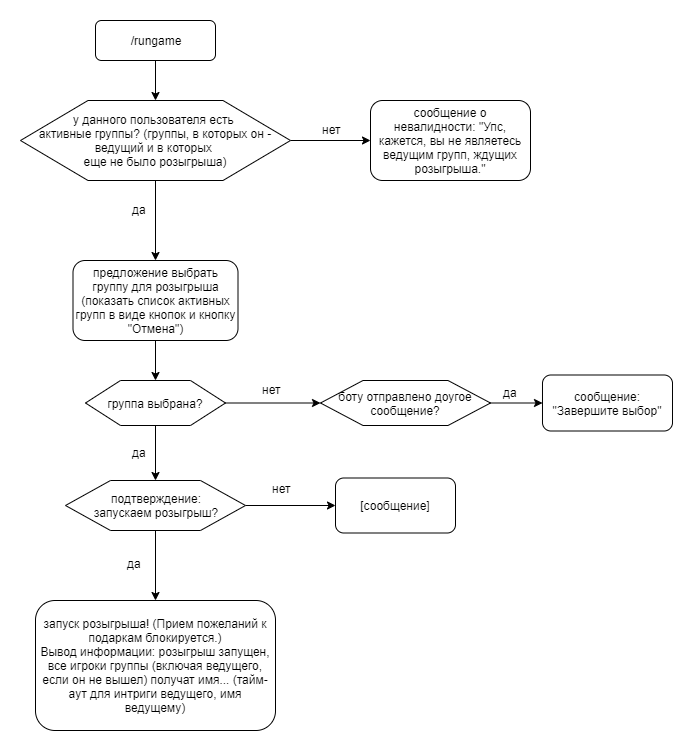
tavrora/smart_santa keeps this draw.io diagram as schemes/rungame.png. Above is the earlier version. Source tidied: cells renumbered, new cells last; positions are measured from the earlier drawing's top-left corner, leaving out a move shared by most shapes. The source it was exported from:
```xml
<mxGraphModel>
  <root>
    <mxCell id="0" />
    <mxCell id="1" parent="0" />
    <mxCell id="2" style="edgeStyle=orthogonalEdgeStyle;rounded=0;jettySize=auto;html=1;" parent="1" edge="1" source="3" target="6">
      <mxGeometry relative="1" as="geometry" />
    </mxCell>
    <mxCell id="3" value="/rungame" style="rounded=1;whiteSpace=wrap;html=1;" parent="1" vertex="1">
      <mxGeometry x="75" width="120" height="40" as="geometry" />
    </mxCell>
    <mxCell id="4" style="edgeStyle=orthogonalEdgeStyle;rounded=0;jettySize=auto;html=1;" parent="1" edge="1" source="6" target="9">
      <mxGeometry relative="1" as="geometry" />
    </mxCell>
    <mxCell id="5" style="edgeStyle=orthogonalEdgeStyle;rounded=0;jettySize=auto;html=1;" parent="1" edge="1" source="6" target="8">
      <mxGeometry relative="1" as="geometry" />
    </mxCell>
    <mxCell id="6" value="у данного пользователя есть &lt;br&gt;активные группы? (группы, в которых он - ведущий и в которых &lt;br&gt;еще не было розыгрыша)" style="shape=hexagon;perimeter=hexagonPerimeter2;whiteSpace=wrap;html=1;" parent="1" vertex="1">
      <mxGeometry y="80" width="270" height="80" as="geometry" />
    </mxCell>
    <mxCell id="7" style="edgeStyle=orthogonalEdgeStyle;rounded=0;jettySize=auto;html=1;entryX=0.5;entryY=0;entryDx=0;entryDy=0;" parent="1" edge="1" source="8" target="14">
      <mxGeometry relative="1" as="geometry" />
    </mxCell>
    <mxCell id="8" value="предложение выбрать группу для розыгрыша (показать список активных групп в виде кнопок и кнопку &quot;Отмена&quot;)" style="rounded=1;whiteSpace=wrap;html=1;" parent="1" vertex="1">
      <mxGeometry x="52.5" y="240" width="165" height="80" as="geometry" />
    </mxCell>
    <mxCell id="9" value="сообщение о невалидности: &quot;Упс, кажется, вы не являетесь ведущим групп, ждущих розыгрыша.&quot;" style="rounded=1;whiteSpace=wrap;html=1;" parent="1" vertex="1">
      <mxGeometry x="350" y="80" width="160" height="80" as="geometry" />
    </mxCell>
    <mxCell id="10" value="да" style="text;html=1;align=left;verticalAlign=top;spacingTop=-4;" parent="1" vertex="1">
      <mxGeometry x="110" y="180" width="30" height="20" as="geometry" />
    </mxCell>
    <mxCell id="11" value="нет" style="text;html=1;align=left;verticalAlign=top;spacingTop=-4;" parent="1" vertex="1">
      <mxGeometry x="300" y="100" width="30" height="20" as="geometry" />
    </mxCell>
    <mxCell id="12" style="edgeStyle=orthogonalEdgeStyle;rounded=0;jettySize=auto;html=1;entryX=0.5;entryY=0;entryDx=0;entryDy=0;" parent="1" edge="1" source="14" target="20">
      <mxGeometry relative="1" as="geometry" />
    </mxCell>
    <mxCell id="13" style="edgeStyle=orthogonalEdgeStyle;rounded=0;jettySize=auto;html=1;" parent="1" edge="1" source="14" target="26">
      <mxGeometry relative="1" as="geometry" />
    </mxCell>
    <mxCell id="14" value="группа выбрана?" style="shape=hexagon;perimeter=hexagonPerimeter2;whiteSpace=wrap;html=1;" parent="1" vertex="1">
      <mxGeometry x="65" y="360" width="140" height="45" as="geometry" />
    </mxCell>
    <mxCell id="15" value="сообщение: &quot;Завершите выбор&quot;" style="rounded=1;whiteSpace=wrap;html=1;" parent="1" vertex="1">
      <mxGeometry x="522" y="354.5" width="130" height="56" as="geometry" />
    </mxCell>
    <mxCell id="16" value="да" style="text;html=1;align=left;verticalAlign=top;spacingTop=-4;" parent="1" vertex="1">
      <mxGeometry x="110" y="422.5" width="30" height="20" as="geometry" />
    </mxCell>
    <mxCell id="17" value="нет" style="text;html=1;align=left;verticalAlign=top;spacingTop=-4;" parent="1" vertex="1">
      <mxGeometry x="240" y="360" width="30" height="20" as="geometry" />
    </mxCell>
    <mxCell id="18" style="edgeStyle=orthogonalEdgeStyle;rounded=0;jettySize=auto;html=1;" parent="1" edge="1" source="20" target="22">
      <mxGeometry relative="1" as="geometry" />
    </mxCell>
    <mxCell id="19" style="edgeStyle=orthogonalEdgeStyle;rounded=0;jettySize=auto;html=1;" parent="1" edge="1" source="20" target="21">
      <mxGeometry relative="1" as="geometry" />
    </mxCell>
    <mxCell id="20" value="подтверждение:&lt;br&gt;запускаем розыгрыш?" style="shape=hexagon;perimeter=hexagonPerimeter2;whiteSpace=wrap;html=1;" parent="1" vertex="1">
      <mxGeometry x="45" y="460" width="180" height="50" as="geometry" />
    </mxCell>
    <mxCell id="21" value="запуск розыгрыша! (Прием пожеланий к подаркам блокируется.)&lt;br&gt;Вывод информации: розыгрыш запущен, все игроки группы (включая ведущего, если он не вышел) получат имя... (тайм-аут для интриги ведущего, имя ведущему)" style="rounded=1;whiteSpace=wrap;html=1;" parent="1" vertex="1">
      <mxGeometry x="15" y="580" width="240" height="130" as="geometry" />
    </mxCell>
    <mxCell id="22" value="[сообщение]" style="rounded=1;whiteSpace=wrap;html=1;" parent="1" vertex="1">
      <mxGeometry x="315" y="457.5" width="120" height="55" as="geometry" />
    </mxCell>
    <mxCell id="23" value="да" style="text;html=1;align=left;verticalAlign=top;spacingTop=-4;" parent="1" vertex="1">
      <mxGeometry x="105" y="534" width="30" height="20" as="geometry" />
    </mxCell>
    <mxCell id="24" value="нет" style="text;html=1;align=left;verticalAlign=top;spacingTop=-4;" parent="1" vertex="1">
      <mxGeometry x="250" y="459" width="30" height="20" as="geometry" />
    </mxCell>
    <mxCell id="25" style="edgeStyle=orthogonalEdgeStyle;rounded=0;jettySize=auto;html=1;" parent="1" edge="1" source="26" target="15">
      <mxGeometry relative="1" as="geometry" />
    </mxCell>
    <mxCell id="26" value="боту отправлено доугое сообщение?" style="shape=hexagon;perimeter=hexagonPerimeter2;whiteSpace=wrap;html=1;" parent="1" vertex="1">
      <mxGeometry x="300" y="360" width="170" height="45" as="geometry" />
    </mxCell>
    <mxCell id="27" value="да" style="text;html=1;align=left;verticalAlign=top;spacingTop=-4;" parent="1" vertex="1">
      <mxGeometry x="481" y="362.5" width="30" height="20" as="geometry" />
    </mxCell>
  </root>
</mxGraphModel>
```
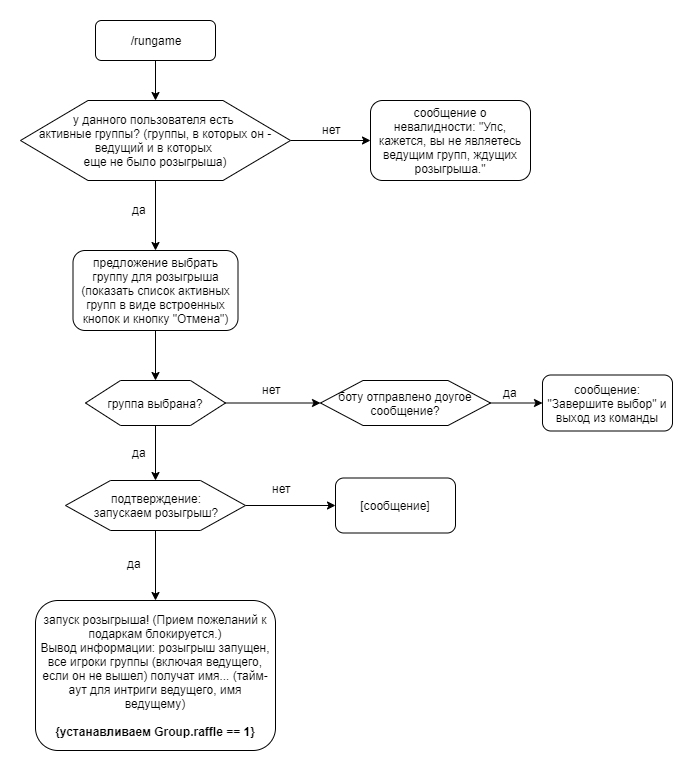
After the commit.

Commit message:
+ подключение БД, добавление в нее пользователей и групп

Diff of the diagram source:
```diff
@@ -20,8 +20,8 @@
     <mxCell id="7" style="edgeStyle=orthogonalEdgeStyle;rounded=0;jettySize=auto;html=1;entryX=0.5;entryY=0;entryDx=0;entryDy=0;" parent="1" edge="1" source="8" target="14">
       <mxGeometry relative="1" as="geometry" />
     </mxCell>
-    <mxCell id="8" value="предложение выбрать группу для розыгрыша (показать список активных групп в виде кнопок и кнопку &quot;Отмена&quot;)" style="rounded=1;whiteSpace=wrap;html=1;" parent="1" vertex="1">
-      <mxGeometry x="52.5" y="240" width="165" height="80" as="geometry" />
+    <mxCell id="8" value="предложение выбрать группу для розыгрыша (показать список активных групп в виде встроенных кнопок и кнопку &quot;Отмена&quot;)" style="rounded=1;whiteSpace=wrap;html=1;" parent="1" vertex="1">
+      <mxGeometry x="52.5" y="230" width="165" height="80" as="geometry" />
     </mxCell>
     <mxCell id="9" value="сообщение о невалидности: &quot;Упс, кажется, вы не являетесь ведущим групп, ждущих розыгрыша.&quot;" style="rounded=1;whiteSpace=wrap;html=1;" parent="1" vertex="1">
       <mxGeometry x="350" y="80" width="160" height="80" as="geometry" />
@@ -41,7 +41,7 @@
     <mxCell id="14" value="группа выбрана?" style="shape=hexagon;perimeter=hexagonPerimeter2;whiteSpace=wrap;html=1;" parent="1" vertex="1">
       <mxGeometry x="65" y="360" width="140" height="45" as="geometry" />
     </mxCell>
-    <mxCell id="15" value="сообщение: &quot;Завершите выбор&quot;" style="rounded=1;whiteSpace=wrap;html=1;" parent="1" vertex="1">
+    <mxCell id="15" value="сообщение: &quot;Завершите выбор&quot; и выход из команды" style="rounded=1;whiteSpace=wrap;html=1;" parent="1" vertex="1">
       <mxGeometry x="522" y="354.5" width="130" height="56" as="geometry" />
     </mxCell>
     <mxCell id="16" value="да" style="text;html=1;align=left;verticalAlign=top;spacingTop=-4;" parent="1" vertex="1">
@@ -59,8 +59,8 @@
     <mxCell id="20" value="подтверждение:&lt;br&gt;запускаем розыгрыш?" style="shape=hexagon;perimeter=hexagonPerimeter2;whiteSpace=wrap;html=1;" parent="1" vertex="1">
       <mxGeometry x="45" y="460" width="180" height="50" as="geometry" />
     </mxCell>
-    <mxCell id="21" value="запуск розыгрыша! (Прием пожеланий к подаркам блокируется.)&lt;br&gt;Вывод информации: розыгрыш запущен, все игроки группы (включая ведущего, если он не вышел) получат имя... (тайм-аут для интриги ведущего, имя ведущему)" style="rounded=1;whiteSpace=wrap;html=1;" parent="1" vertex="1">
-      <mxGeometry x="15" y="580" width="240" height="130" as="geometry" />
+    <mxCell id="21" value="&lt;br&gt;запуск розыгрыша! (Прием пожеланий к подаркам блокируется.)&lt;br&gt;Вывод информации: розыгрыш запущен, все игроки группы (включая ведущего, если он не вышел) получат имя... (тайм-аут для интриги ведущего, имя ведущему)&lt;br&gt;&lt;br&gt;&lt;b&gt;{устанавливаем Group.raffle == 1}&lt;br&gt;&lt;br&gt;&lt;/b&gt;" style="rounded=1;whiteSpace=wrap;html=1;" parent="1" vertex="1">
+      <mxGeometry x="15" y="580" width="240" height="150" as="geometry" />
     </mxCell>
     <mxCell id="22" value="[сообщение]" style="rounded=1;whiteSpace=wrap;html=1;" parent="1" vertex="1">
       <mxGeometry x="315" y="457.5" width="120" height="55" as="geometry" />
```
